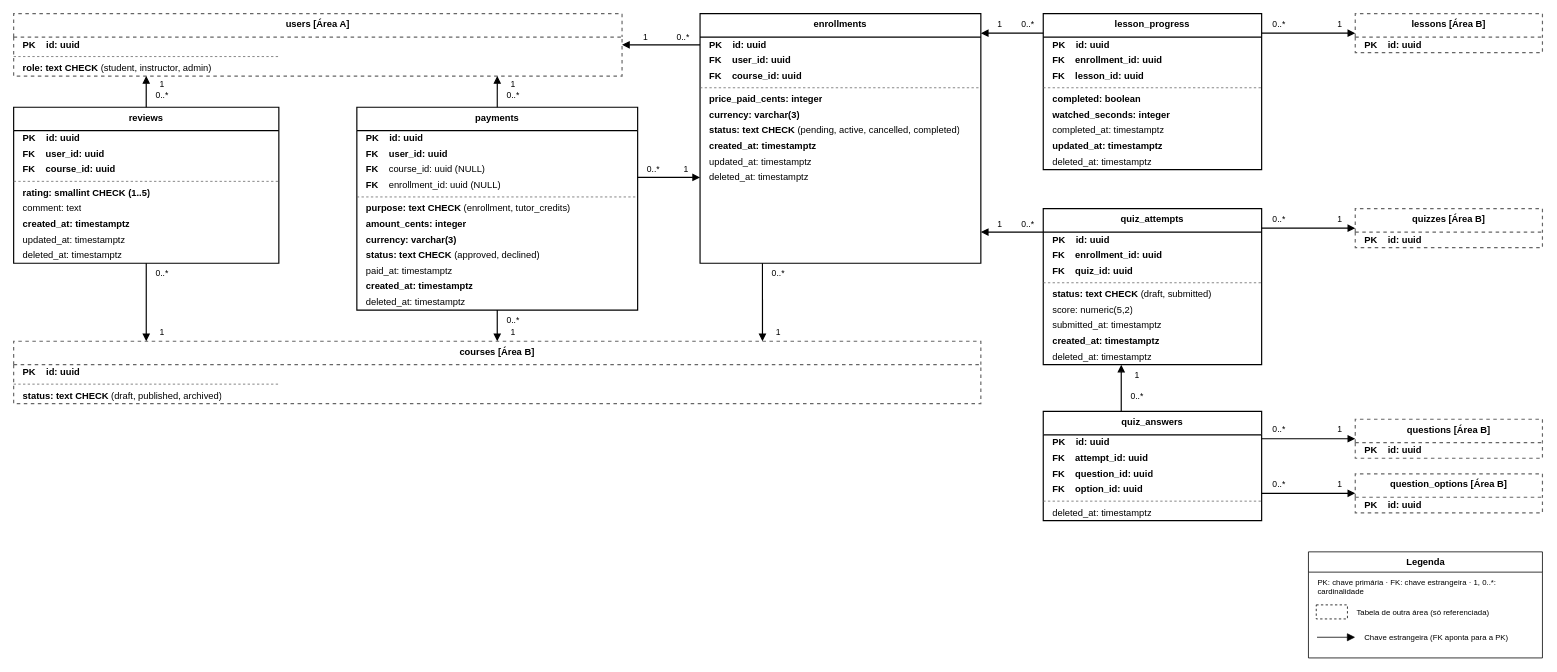
Before: especificacao/diagramas/12-modelo-de-dados-area-c.drawio in Plataforma-de-Cursos-TCC/plataforma-cursos-docs, a draw.io diagram. Source tidied: cells renumbered, new cells numbered last; positions are measured from the earlier drawing's top-left corner, leaving out a move shared by most shapes. Both pictures are drawn from the tidied source at 78%, with x=0, y=0 at pixel (13, 13).
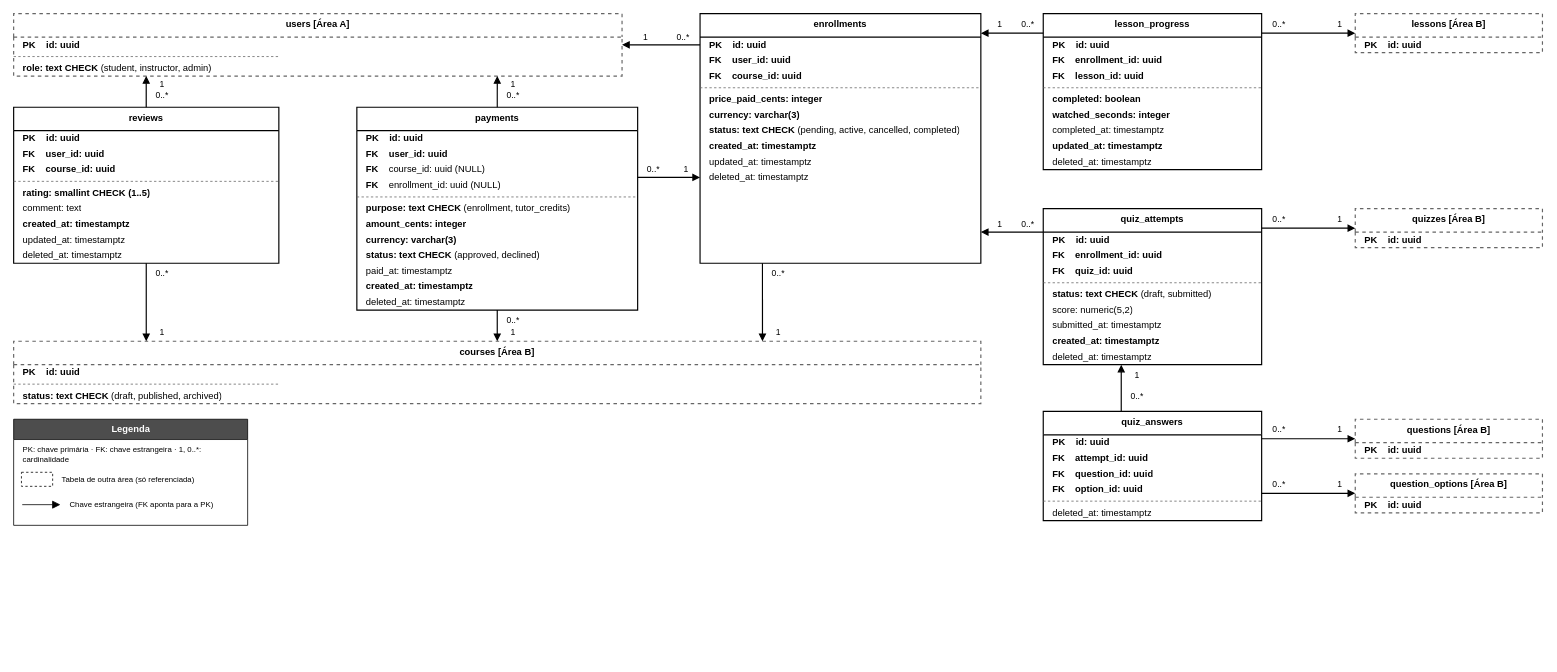
Above is the later version.

Change to the diagram source:
```diff
@@
-    <mxCell id="121" value="Legenda" style="swimlane;html=1;rounded=0;startSize=26;fontStyle=1;fillColor=#FFFFFF;swimlaneFillColor=#FFFFFF;strokeColor=#000000;" parent="1" vertex="1">
-      <mxGeometry x="1660" y="690" width="300" height="136" as="geometry" />
+    <mxCell id="121" value="Legenda" style="swimlane;html=1;rounded=0;startSize=26;fontStyle=1;fillColor=#4D4D4D;fontColor=#FFFFFF;swimlaneFillColor=#FFFFFF;strokeColor=#000000;" parent="1" vertex="1">
+      <mxGeometry y="520" width="300" height="136" as="geometry" />
     </mxCell>
```
